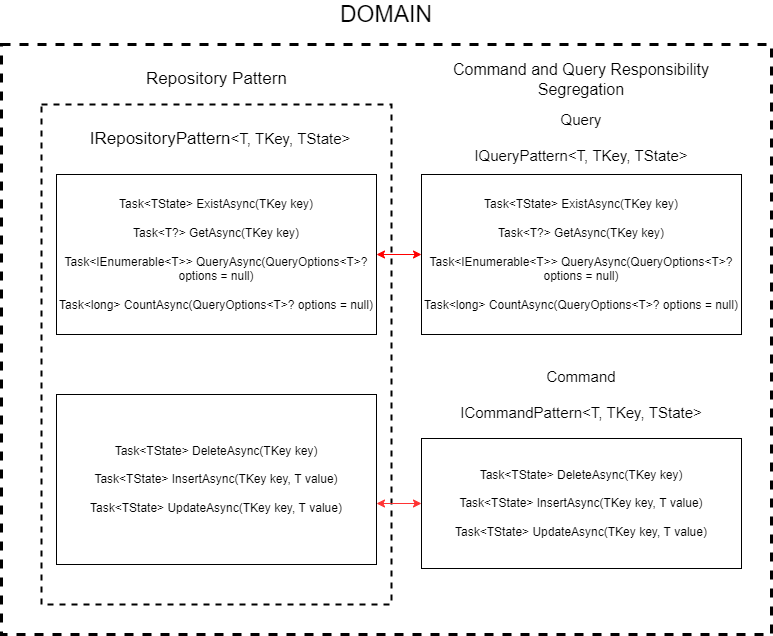
The draw.io diagram RepositoryFramework.Abstractions.png in KeyserDSoze/RepositoryFramework, before a commit. Source tidied: cells renumbered, new cells last; positions are measured from the earlier drawing's top-left corner, leaving out a move shared by most shapes.
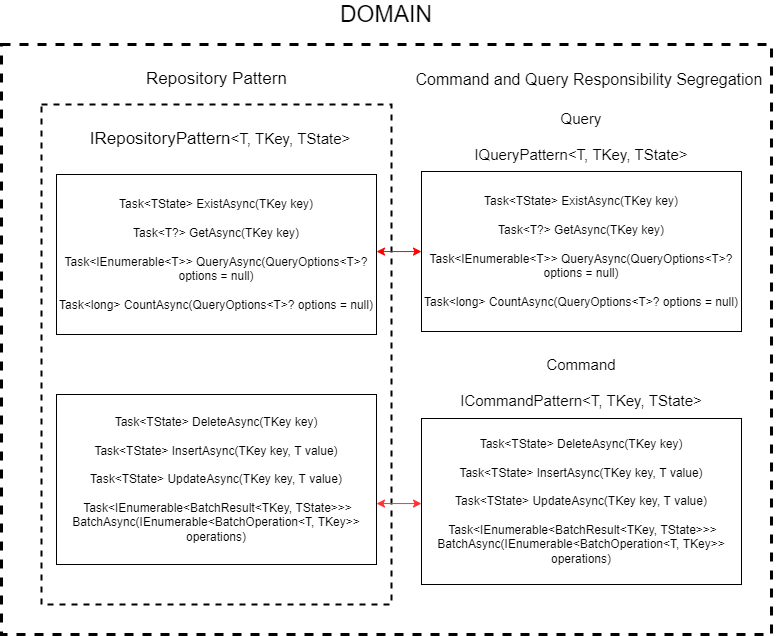
The same diagram one commit later.

Change to the diagram source:
```diff
@@ -12,13 +12,18 @@
       <mxGeometry x="132.5" y="20" width="165" height="30" as="geometry" />
     </mxCell>
     <mxCell id="5" style="edgeStyle=orthogonalEdgeStyle;rounded=0;jettySize=auto;html=1;fontSize=15;startArrow=classic;startFill=1;strokeColor=#FF0000;" parent="1" edge="1" source="6" target="11">
-      <mxGeometry relative="1" as="geometry" />
+      <mxGeometry relative="1" as="geometry">
+        <Array as="points">
+          <mxPoint x="390" y="207" />
+          <mxPoint x="390" y="207" />
+        </Array>
+      </mxGeometry>
     </mxCell>
     <mxCell id="6" value="Task&amp;lt;TState&amp;gt; ExistAsync(TKey key)&lt;br&gt;&lt;br&gt;Task&amp;lt;T?&amp;gt; GetAsync(TKey key)&lt;br&gt;&lt;br&gt;Task&amp;lt;IEnumerable&amp;lt;T&amp;gt;&amp;gt; QueryAsync(QueryOptions&amp;lt;T&amp;gt;? options = null)&lt;br&gt;&lt;br&gt;Task&amp;lt;long&amp;gt; CountAsync(QueryOptions&amp;lt;T&amp;gt;? options = null)" style="rounded=0;whiteSpace=wrap;html=1;" parent="1" vertex="1">
-      <mxGeometry x="420" y="130" width="320" height="160" as="geometry" />
+      <mxGeometry x="420" y="127" width="320" height="160" as="geometry" />
     </mxCell>
     <mxCell id="7" value="Command and Query Responsibility Segregation" style="text;html=1;strokeColor=none;fillColor=none;align=center;verticalAlign=middle;whiteSpace=wrap;rounded=0;fontSize=16;" parent="1" vertex="1">
-      <mxGeometry x="450" y="20" width="260" height="30" as="geometry" />
+      <mxGeometry x="398" y="20" width="380" height="30" as="geometry" />
     </mxCell>
     <mxCell id="8" style="edgeStyle=orthogonalEdgeStyle;rounded=0;jettySize=auto;html=1;fontSize=15;startArrow=classic;startFill=1;strokeColor=#FF3333;" parent="1" edge="1" source="9" target="12">
       <mxGeometry relative="1" as="geometry">
@@ -28,20 +33,20 @@
         </Array>
       </mxGeometry>
     </mxCell>
-    <mxCell id="9" value="Task&amp;lt;TState&amp;gt; DeleteAsync(TKey key)&lt;br&gt;&lt;br&gt;Task&amp;lt;TState&amp;gt; InsertAsync(TKey key, T value)&lt;br&gt;&lt;br&gt;Task&amp;lt;TState&amp;gt; UpdateAsync(TKey key, T value)" style="rounded=0;whiteSpace=wrap;html=1;" parent="1" vertex="1">
-      <mxGeometry x="420" y="394" width="320" height="130" as="geometry" />
+    <mxCell id="9" value="Task&amp;lt;TState&amp;gt; DeleteAsync(TKey key)&lt;br&gt;&lt;br&gt;Task&amp;lt;TState&amp;gt; InsertAsync(TKey key, T value)&lt;br&gt;&lt;br&gt;Task&amp;lt;TState&amp;gt; UpdateAsync(TKey key, T value)&lt;br&gt;&lt;br&gt;&amp;nbsp;Task&amp;lt;IEnumerable&amp;lt;BatchResult&amp;lt;TKey, TState&amp;gt;&amp;gt;&amp;gt; BatchAsync(IEnumerable&amp;lt;BatchOperation&amp;lt;T, TKey&amp;gt;&amp;gt; operations)" style="rounded=0;whiteSpace=wrap;html=1;" parent="1" vertex="1">
+      <mxGeometry x="420" y="374" width="320" height="166" as="geometry" />
     </mxCell>
     <mxCell id="10" value="Query&lt;br&gt;&lt;br&gt;IQueryPattern&amp;lt;T, TKey, TState&amp;gt;" style="text;html=1;strokeColor=none;fillColor=none;align=center;verticalAlign=middle;whiteSpace=wrap;rounded=0;fontSize=15;" parent="1" vertex="1">
-      <mxGeometry x="455" y="68" width="250" height="50" as="geometry" />
+      <mxGeometry x="455" y="67" width="250" height="50" as="geometry" />
     </mxCell>
     <mxCell id="11" value="Task&amp;lt;TState&amp;gt; ExistAsync(TKey key)&lt;br&gt;&lt;br&gt;Task&amp;lt;T?&amp;gt; GetAsync(TKey key)&lt;br&gt;&lt;br&gt;Task&amp;lt;IEnumerable&amp;lt;T&amp;gt;&amp;gt; QueryAsync(QueryOptions&amp;lt;T&amp;gt;? options = null)&lt;br&gt;&lt;br&gt;Task&amp;lt;long&amp;gt; CountAsync(QueryOptions&amp;lt;T&amp;gt;? options = null)" style="rounded=0;whiteSpace=wrap;html=1;" parent="1" vertex="1">
       <mxGeometry x="55" y="130" width="320" height="160" as="geometry" />
     </mxCell>
-    <mxCell id="12" value="Task&amp;lt;TState&amp;gt; DeleteAsync(TKey key)&lt;br&gt;&lt;br&gt;Task&amp;lt;TState&amp;gt; InsertAsync(TKey key, T value)&lt;br&gt;&lt;br&gt;Task&amp;lt;TState&amp;gt; UpdateAsync(TKey key, T value)" style="rounded=0;whiteSpace=wrap;html=1;" parent="1" vertex="1">
+    <mxCell id="12" value="Task&amp;lt;TState&amp;gt; DeleteAsync(TKey key)&lt;br&gt;&lt;br&gt;Task&amp;lt;TState&amp;gt; InsertAsync(TKey key, T value)&lt;br&gt;&lt;br&gt;Task&amp;lt;TState&amp;gt; UpdateAsync(TKey key, T value)&lt;br&gt;&lt;br&gt;&amp;nbsp;Task&amp;lt;IEnumerable&amp;lt;BatchResult&amp;lt;TKey, TState&amp;gt;&amp;gt;&amp;gt; BatchAsync(IEnumerable&amp;lt;BatchOperation&amp;lt;T, TKey&amp;gt;&amp;gt; operations)" style="rounded=0;whiteSpace=wrap;html=1;" parent="1" vertex="1">
       <mxGeometry x="55" y="350" width="320" height="170" as="geometry" />
     </mxCell>
     <mxCell id="13" value="Command&lt;br&gt;&lt;br&gt;ICommandPattern&amp;lt;T, TKey, TState&amp;gt;" style="text;html=1;strokeColor=none;fillColor=none;align=center;verticalAlign=middle;whiteSpace=wrap;rounded=0;fontSize=15;" parent="1" vertex="1">
-      <mxGeometry x="430" y="310" width="300" height="80" as="geometry" />
+      <mxGeometry x="430" y="298" width="300" height="80" as="geometry" />
     </mxCell>
     <mxCell id="14" value="IRepositoryPattern&lt;span style=&quot;font-size: 15px&quot;&gt;&amp;lt;T, TKey, TState&amp;gt;&lt;/span&gt;" style="text;html=1;strokeColor=none;fillColor=none;align=center;verticalAlign=middle;whiteSpace=wrap;rounded=0;fontSize=17;" parent="1" vertex="1">
       <mxGeometry x="80" y="80" width="277.5" height="30" as="geometry" />
```
